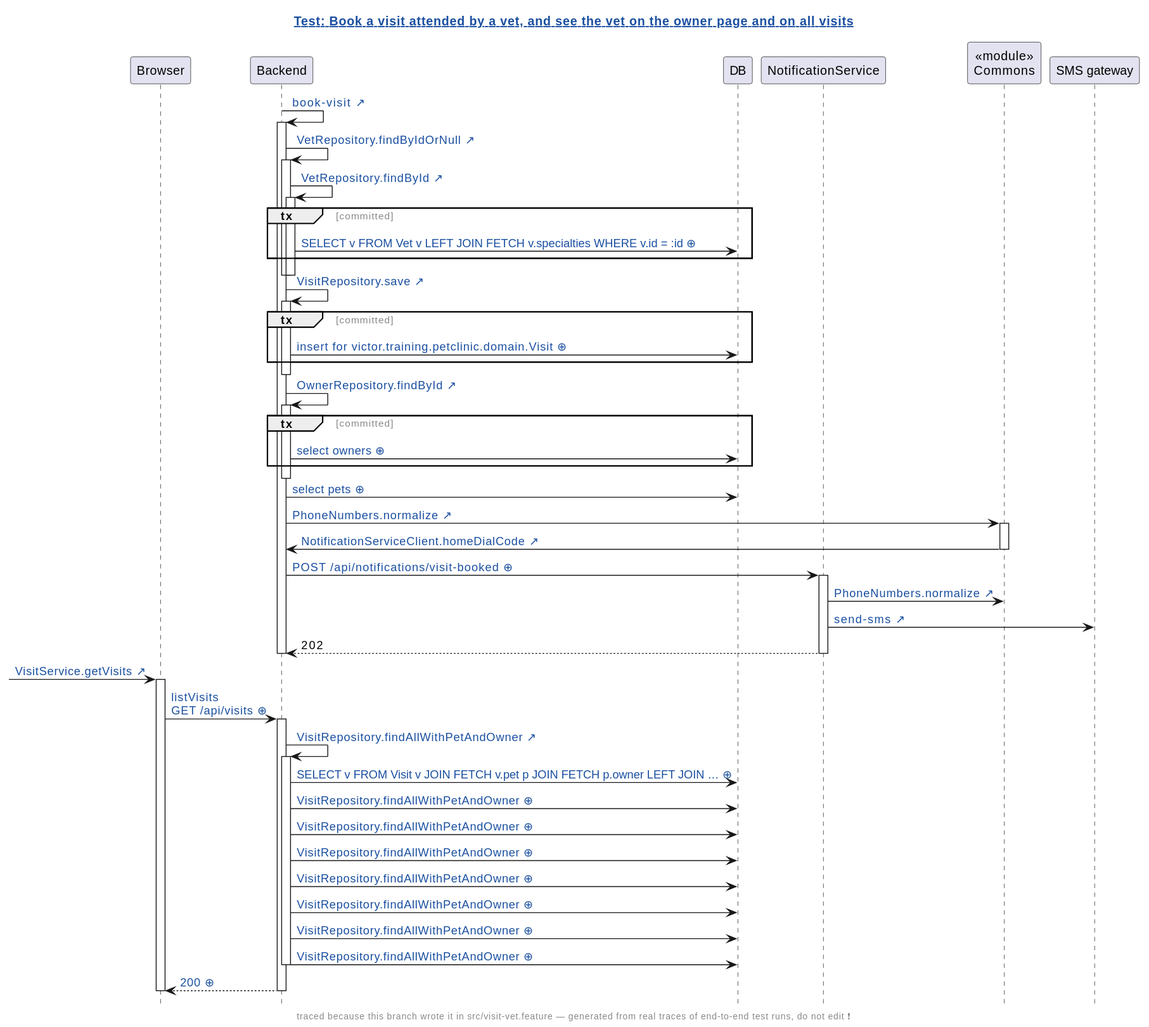
The PlantUML diagram demo/demo/assets/diagrams/petclinic-test_generated_visit-vet.feature.book-a-visit-attended-by-a-vet-and-see-the-vet-on-the-owner-page-and-on-all-visits.genseq.diff.svg in victorrentea/human-review, before a commit.
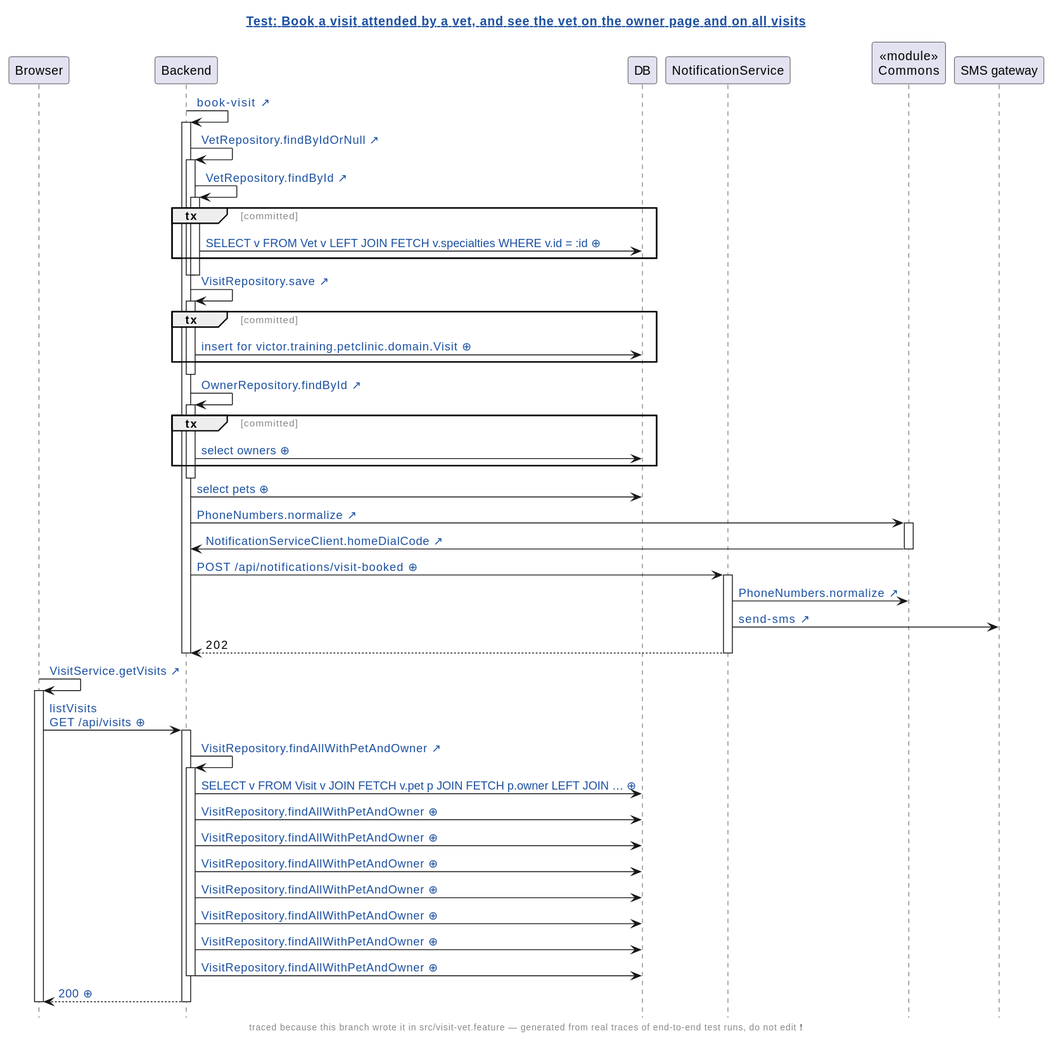
After the commit.

What changed in the source:
```diff
@@ -47,7 +47,7 @@
 NotificationService --> Backend: 202
 deactivate NotificationService
 deactivate Backend
-[-> Browser: [[src://petclinic-frontend/src/app/visits/visits-page/visits-page.component.ts:21{Click to open the line that sent this request: visits-page.component.ts:21} VisitService.getVisits ↗]]
+Browser -> Browser: [[src://petclinic-frontend/src/app/visits/visits-page/visits-page.component.ts:21{Click to open the line that sent this request: visits-page.component.ts:21} VisitService.getVisits ↗]]
 activate Browser
 Browser -> Backend: [[genseq://1myr631{Click for the request as it was sent} listVisits\nGET /api/visits ⊕]]
 activate Backend
```
